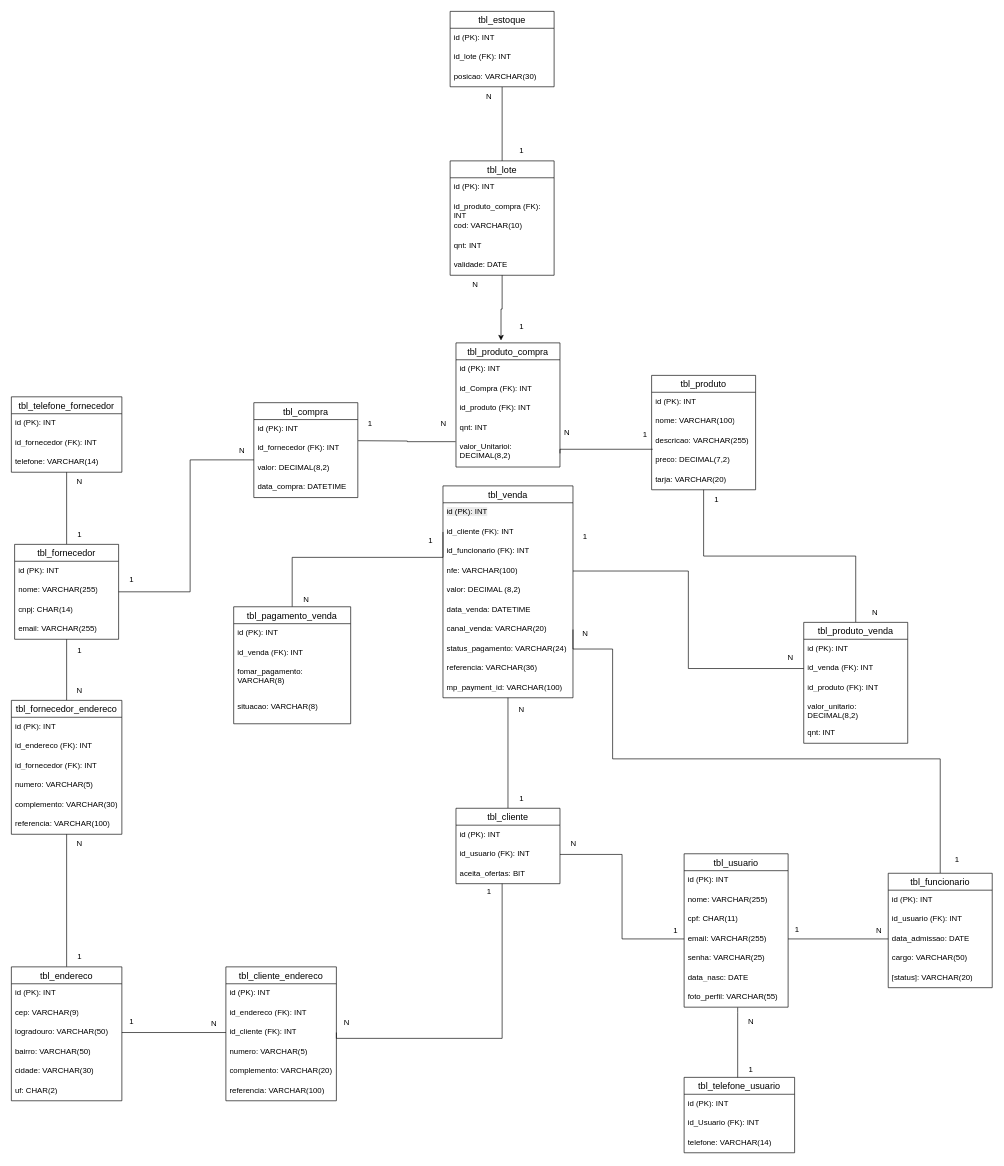
Before: Documentacao/DER/PI - DER Sannus Oficial Verdadeiro (03 04 2026) .drawio in OtavioCarmo7/DS-Turma1-PI_SistemaFarmacia, a draw.io diagram. Source tidied: cells renumbered, new cells numbered last; positions are measured from the earlier drawing's top-left corner, leaving out a move shared by most shapes. Both pictures are drawn from the tidied source at 65%, with x=0, y=0 at pixel (11, 11).
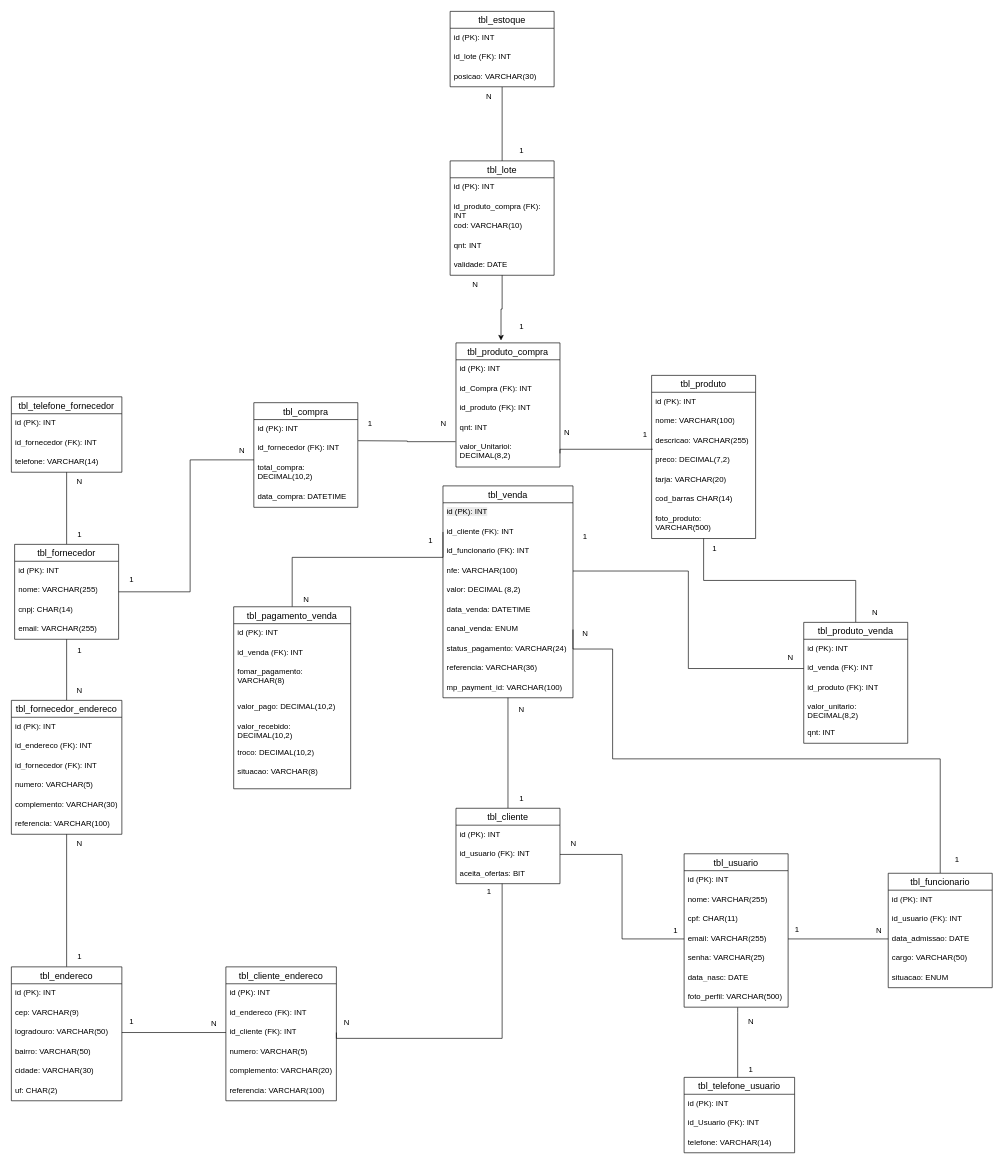
Above is the later version.

Commit message (it also covers changes not shown here):
enviando alterações no DER e o png do mesmo

Unchanged cells that the change refers to:
```xml
<mxCell id="3" value="tbl_funcionario" style="swimlane;fontStyle=0;horizontal=1;startSize=26;align=center;fontSize=14;" parent="1" vertex="1">
  <mxGeometry x="1349" y="1326" width="160" height="176" as="geometry" />
</mxCell>
<mxCell id="25" value="tbl_venda" style="swimlane;fontStyle=0;horizontal=1;startSize=26;align=center;fontSize=14;" parent="1" vertex="1">
  <mxGeometry x="664" y="730" width="200" height="326" as="geometry" />
</mxCell>
<mxCell id="36" value="tbl_usuario" style="swimlane;fontStyle=0;horizontal=1;startSize=26;align=center;fontSize=14;" parent="1" vertex="1">
  <mxGeometry x="1035" y="1296" width="160" height="236" as="geometry" />
</mxCell>
<mxCell id="138" style="group;" parent="1" vertex="1">
  <mxGeometry x="342" y="890" width="240" height="292" as="geometry" />
</mxCell>
```

The edit, as a diff of the source:
```diff
@@
-    <mxCell id="8" value="[status]: VARCHAR(20)" style="text;strokeColor=none;fillColor=none;spacingLeft=4;spacingRight=4;overflow=hidden;fontSize=12;whiteSpace=wrap;html=1;" parent="3" vertex="1">
+    <mxCell id="8" value="situacao: ENUM" style="text;strokeColor=none;fillColor=none;spacingLeft=4;spacingRight=4;overflow=hidden;fontSize=12;whiteSpace=wrap;html=1;" parent="3" vertex="1">
       <mxGeometry y="146" width="160" height="30" as="geometry" />
     </mxCell>
     <mxCell id="9" value="tbl_produto" style="swimlane;fontStyle=0;horizontal=1;startSize=26;align=center;fontSize=14;" parent="1" vertex="1">
-      <mxGeometry x="985" y="560" width="160" height="176" as="geometry" />
+      <mxGeometry x="985" y="560" width="160" height="251" as="geometry" />
     </mxCell>
@@
+    <mxCell id="160" value="cod_barras CHAR(14)" style="text;strokeColor=none;fillColor=none;spacingLeft=4;spacingRight=4;overflow=hidden;fontSize=12;whiteSpace=wrap;html=1;" parent="9" vertex="1">
+      <mxGeometry y="176" width="160" height="30" as="geometry" />
+    </mxCell>
+    <mxCell id="161" value="foto_produto: VARCHAR(500)" style="text;strokeColor=none;fillColor=none;spacingLeft=4;spacingRight=4;overflow=hidden;fontSize=12;whiteSpace=wrap;html=1;" parent="9" vertex="1">
+      <mxGeometry y="206" width="160" height="45" as="geometry" />
+    </mxCell>
@@
     <mxCell id="20" value="tbl_compra" style="swimlane;fontStyle=0;horizontal=1;startSize=26;align=center;fontSize=14;" parent="1" vertex="1">
-      <mxGeometry x="373" y="602" width="160" height="146" as="geometry" />
+      <mxGeometry x="373" y="602" width="160" height="161" as="geometry" />
     </mxCell>
@@
-    <mxCell id="23" value="valor: DECIMAL(8,2)" style="text;strokeColor=none;fillColor=none;spacingLeft=4;spacingRight=4;overflow=hidden;fontSize=12;whiteSpace=wrap;html=1;" parent="20" vertex="1">
-      <mxGeometry y="86" width="160" height="30" as="geometry" />
+    <mxCell id="23" value="total_compra: DECIMAL(10,2)" style="text;strokeColor=none;fillColor=none;spacingLeft=4;spacingRight=4;overflow=hidden;fontSize=12;whiteSpace=wrap;html=1;" parent="20" vertex="1">
+      <mxGeometry y="86" width="160" height="45" as="geometry" />
     </mxCell>
     <mxCell id="24" value="data_compra: DATETIME" style="text;strokeColor=none;fillColor=none;spacingLeft=4;spacingRight=4;overflow=hidden;fontSize=12;whiteSpace=wrap;html=1;" parent="20" vertex="1">
-      <mxGeometry y="116" width="160" height="30" as="geometry" />
+      <mxGeometry y="131" width="160" height="30" as="geometry" />
     </mxCell>
@@
-    <mxCell id="32" value="canal_venda: VARCHAR(20)" style="text;strokeColor=none;fillColor=none;spacingLeft=4;spacingRight=4;overflow=hidden;fontSize=12;whiteSpace=wrap;html=1;" parent="25" vertex="1">
+    <mxCell id="32" value="canal_venda: ENUM" style="text;strokeColor=none;fillColor=none;spacingLeft=4;spacingRight=4;overflow=hidden;fontSize=12;whiteSpace=wrap;html=1;" parent="25" vertex="1">
       <mxGeometry y="206" width="200" height="30" as="geometry" />
     </mxCell>
@@
-    <mxCell id="43" value="foto_perfil: VARCHAR(55)" style="text;strokeColor=none;fillColor=none;spacingLeft=4;spacingRight=4;overflow=hidden;points=[[0,0.5],[1,0.5]];portConstraint=eastwest;fontSize=12;whiteSpace=wrap;html=1;" parent="36" vertex="1">
+    <mxCell id="43" value="foto_perfil: VARCHAR(500)" style="text;strokeColor=none;fillColor=none;spacingLeft=4;spacingRight=4;overflow=hidden;points=[[0,0.5],[1,0.5]];portConstraint=eastwest;fontSize=12;whiteSpace=wrap;html=1;" parent="36" vertex="1">
       <mxGeometry y="206" width="160" height="30" as="geometry" />
     </mxCell>
@@
     <mxCell id="58" value="1" style="text;html=1;whiteSpace=wrap;strokeColor=none;fillColor=none;align=center;verticalAlign=middle;rounded=0;" parent="1" vertex="1">
-      <mxGeometry x="1055" y="736" width="60" height="30" as="geometry" />
+      <mxGeometry x="1052" y="811" width="60" height="30" as="geometry" />
     </mxCell>
@@
     <mxCell id="139" value="tbl_pagamento_venda" style="swimlane;fontStyle=0;horizontal=1;startSize=26;align=center;fontSize=14;" parent="138" vertex="1">
-      <mxGeometry y="26" width="180" height="180" as="geometry" />
+      <mxGeometry y="26" width="180" height="280" as="geometry" />
     </mxCell>
@@
+    <mxCell id="162" value="valor_pago: DECIMAL(10,2)" style="text;strokeColor=none;fillColor=none;spacingLeft=4;spacingRight=4;overflow=hidden;fontSize=12;whiteSpace=wrap;html=1;" parent="139" vertex="1">
+      <mxGeometry y="140" width="180" height="30" as="geometry" />
+    </mxCell>
+    <mxCell id="163" value="valor_recebido: DECIMAL(10,2)" style="text;strokeColor=none;fillColor=none;spacingLeft=4;spacingRight=4;overflow=hidden;fontSize=12;whiteSpace=wrap;html=1;" parent="139" vertex="1">
+      <mxGeometry y="170" width="180" height="40" as="geometry" />
+    </mxCell>
+    <mxCell id="164" value="troco: DECIMAL(10,2)" style="text;strokeColor=none;fillColor=none;spacingLeft=4;spacingRight=4;overflow=hidden;fontSize=12;whiteSpace=wrap;html=1;" parent="139" vertex="1">
+      <mxGeometry y="210" width="180" height="30" as="geometry" />
+    </mxCell>
     <mxCell id="143" value="situacao: VARCHAR(8)" style="text;strokeColor=none;fillColor=none;spacingLeft=4;spacingRight=4;overflow=hidden;fontSize=12;whiteSpace=wrap;html=1;" parent="139" vertex="1">
-      <mxGeometry y="140" width="180" height="40" as="geometry" />
+      <mxGeometry y="240" width="180" height="40" as="geometry" />
     </mxCell>
```
